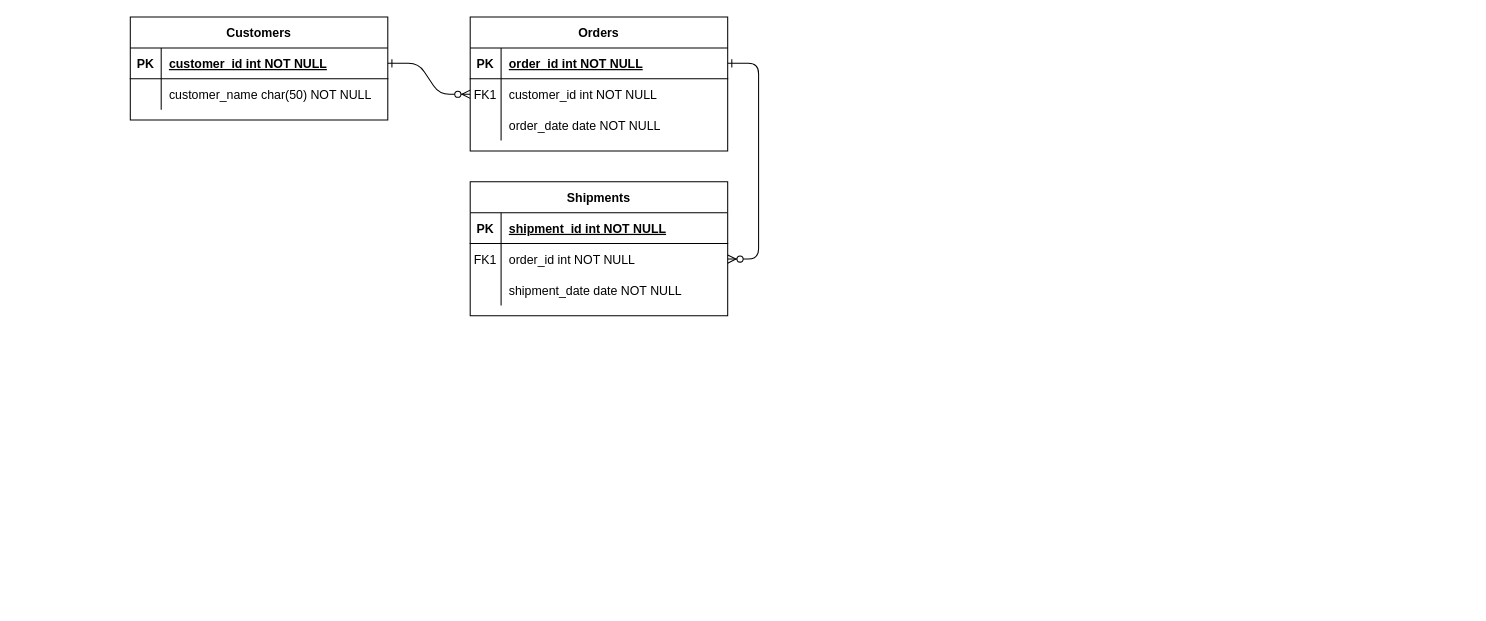
Before: Untitled Diagram.drawio in JohnValdes/dbJV, a draw.io diagram. Source tidied: cells renumbered, new cells numbered last; positions are measured from the earlier drawing's top-left corner, leaving out a move shared by most shapes. Both pictures are drawn from the tidied source at 103%, with x=0, y=0 at pixel (130, 16).
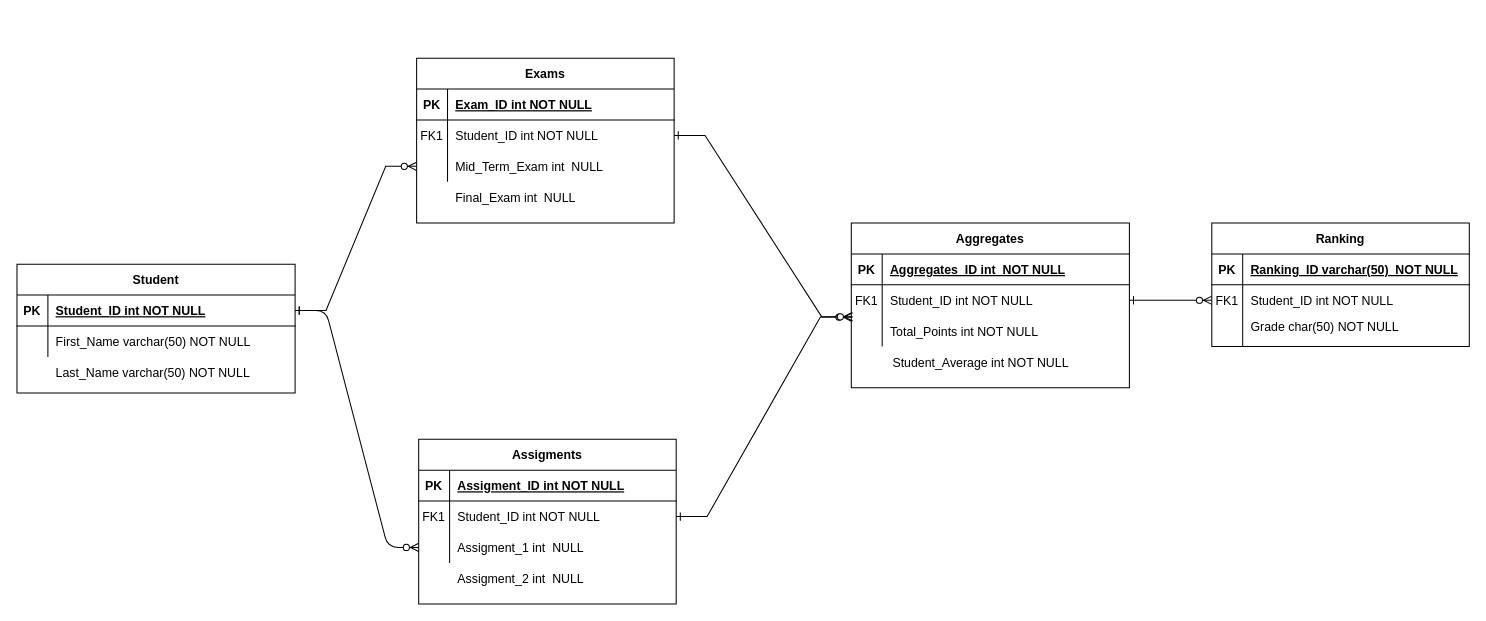
The same page after the edit.

Commit message:
Grade_Record_ModuleV

The change refers to these unchanged cells:
```xml
<mxCell id="5" style="shape=partialRectangle;fillColor=none;points=[[0,0.5],[1,0.5]];portConstraint=eastwest;top=0;left=0;right=0;bottom=1;" parent="4" vertex="1">
  <mxGeometry y="30" width="250" height="30" as="geometry" />
</mxCell>
<mxCell id="8" style="shape=partialRectangle;fillColor=none;points=[[0,0.5],[1,0.5]];portConstraint=eastwest;top=0;left=0;right=0;bottom=0;" parent="4" vertex="1">
  <mxGeometry y="60" width="250" height="30" as="geometry" />
</mxCell>
<mxCell id="11" style="shape=partialRectangle;fillColor=none;points=[[0,0.5],[1,0.5]];portConstraint=eastwest;top=0;left=0;right=0;bottom=0;" parent="4" vertex="1">
  <mxGeometry y="90" width="250" height="30" as="geometry" />
</mxCell>
```

What changed in the source:
```diff
@@
-    <mxCell id="2" style="edgeStyle=entityRelationEdgeStyle;endArrow=ERzeroToMany;startArrow=ERone;endFill=1;startFill=0;" parent="1" edge="1" source="25" target="8">
+    <mxCell id="2" style="edgeStyle=entityRelationEdgeStyle;endArrow=ERzeroToMany;startArrow=ERone;endFill=1;startFill=0;entryX=0;entryY=0.5;entryDx=0;entryDy=0;" parent="1" edge="1" source="25" target="21">
       <mxGeometry relative="1" as="geometry" />
     </mxCell>
-    <mxCell id="3" style="edgeStyle=entityRelationEdgeStyle;endArrow=ERzeroToMany;startArrow=ERone;endFill=1;startFill=0;" parent="1" edge="1" source="5" target="18">
-      <mxGeometry relative="1" as="geometry" />
-    </mxCell>
+    <mxCell id="31" style="edgeStyle=entityRelationEdgeStyle;rounded=0;jettySize=auto;html=1;exitX=1;exitY=0.5;exitDx=0;exitDy=0;entryX=0;entryY=1.045;entryDx=0;entryDy=0;entryPerimeter=0;endArrow=ERzeroToMany;endFill=1;startArrow=ERone;startFill=0;" parent="1" edge="1" source="18" target="38">
+      <mxGeometry relative="1" as="geometry" />
+    </mxCell>
+    <mxCell id="32" style="rounded=0;jettySize=auto;html=1;exitX=1;exitY=0.5;exitDx=0;exitDy=0;entryX=0;entryY=0.5;entryDx=0;entryDy=0;startArrow=ERone;startFill=0;endArrow=ERzeroToMany;endFill=1;edgeStyle=entityRelationEdgeStyle;" parent="1" edge="1" source="25" target="11">
+      <mxGeometry relative="1" as="geometry" />
+    </mxCell>
+    <mxCell id="33" style="group;" parent="1" vertex="1">
+      <mxGeometry x="700" y="200" width="270" height="180" as="geometry" />
+    </mxCell>
+    <mxCell id="34" value="Aggregates" style="shape=table;startSize=30;childLayout=tableLayout;rowLines=0;fontStyle=1;align=center;" parent="33" vertex="1">
+      <mxGeometry width="270" height="160" as="geometry" />
+    </mxCell>
+    <mxCell id="35" style="shape=partialRectangle;fillColor=none;top=0;left=0;right=0;bottom=1;" parent="34" vertex="1">
+      <mxGeometry y="30" width="270" height="30" as="geometry" />
+    </mxCell>
+    <mxCell id="36" value="PK" style="shape=partialRectangle;overflow=hidden;fillColor=none;top=0;left=0;bottom=0;right=0;fontStyle=1;" parent="35" vertex="1">
+      <mxGeometry width="30" height="30" as="geometry" />
+    </mxCell>
+    <mxCell id="37" value="Aggregates_ID int  NOT NULL " style="shape=partialRectangle;overflow=hidden;fillColor=none;top=0;left=0;bottom=0;right=0;align=left;spacingLeft=6;fontStyle=5;" parent="35" vertex="1">
+      <mxGeometry x="30" width="240" height="30" as="geometry" />
+    </mxCell>
+    <mxCell id="38" style="shape=partialRectangle;fillColor=none;points=[[0,0.5],[1,0.5]];portConstraint=eastwest;top=0;left=0;right=0;bottom=0;" parent="34" vertex="1">
+      <mxGeometry y="60" width="270" height="30" as="geometry" />
+    </mxCell>
+    <mxCell id="39" value="FK1" style="shape=partialRectangle;overflow=hidden;fillColor=none;top=0;left=0;bottom=0;right=0;" parent="38" vertex="1">
+      <mxGeometry width="30" height="30" as="geometry" />
+    </mxCell>
+    <mxCell id="40" value="Student_ID int NOT NULL" style="shape=partialRectangle;overflow=hidden;fillColor=none;top=0;left=0;bottom=0;right=0;align=left;spacingLeft=6;" parent="38" vertex="1">
+      <mxGeometry x="30" width="240" height="30" as="geometry" />
+    </mxCell>
+    <mxCell id="41" style="shape=partialRectangle;fillColor=none;points=[[0,0.5],[1,0.5]];portConstraint=eastwest;top=0;left=0;right=0;bottom=0;" parent="34" vertex="1">
+      <mxGeometry y="90" width="270" height="30" as="geometry" />
+    </mxCell>
+    <mxCell id="42" style="shape=partialRectangle;overflow=hidden;fillColor=none;top=0;left=0;bottom=0;right=0;" parent="41" vertex="1">
+      <mxGeometry width="30" height="30" as="geometry" />
+    </mxCell>
+    <mxCell id="43" value="Total_Points int NOT NULL" style="shape=partialRectangle;overflow=hidden;fillColor=none;top=0;left=0;bottom=0;right=0;align=left;spacingLeft=6;" parent="41" vertex="1">
+      <mxGeometry x="30" width="240" height="30" as="geometry" />
+    </mxCell>
+    <mxCell id="44" value="Student_Average int NOT NULL" style="shape=partialRectangle;overflow=hidden;fillColor=none;top=0;left=0;bottom=0;right=0;align=left;spacingLeft=6;" parent="33" vertex="1">
+      <mxGeometry x="32.4" y="120" width="237.6" height="30" as="geometry" />
+    </mxCell>
+    <mxCell id="45" style="group;" parent="1" vertex="1">
+      <mxGeometry x="-110" y="240" width="270" height="125" as="geometry" />
+    </mxCell>
+    <mxCell id="24" value="Student" style="shape=table;startSize=30;childLayout=tableLayout;rowLines=0;fontStyle=1;align=center;" parent="45" vertex="1">
+      <mxGeometry width="270" height="125" as="geometry" />
+    </mxCell>
+    <mxCell id="25" style="shape=partialRectangle;fillColor=none;points=[[0,0.5],[1,0.5]];portConstraint=eastwest;top=0;left=0;right=0;bottom=1;" parent="24" vertex="1">
+      <mxGeometry y="30" width="270" height="30" as="geometry" />
+    </mxCell>
+    <mxCell id="26" value="PK" style="shape=partialRectangle;overflow=hidden;fillColor=none;top=0;left=0;bottom=0;right=0;fontStyle=1;" parent="25" vertex="1">
+      <mxGeometry width="30" height="30" as="geometry" />
+    </mxCell>
+    <mxCell id="27" value="Student_ID int NOT NULL " style="shape=partialRectangle;overflow=hidden;fillColor=none;top=0;left=0;bottom=0;right=0;align=left;spacingLeft=6;fontStyle=5;" parent="25" vertex="1">
+      <mxGeometry x="30" width="240" height="30" as="geometry" />
+    </mxCell>
+    <mxCell id="28" style="shape=partialRectangle;fillColor=none;top=0;left=0;right=0;bottom=0;" parent="24" vertex="1">
+      <mxGeometry y="60" width="270" height="30" as="geometry" />
+    </mxCell>
+    <mxCell id="29" style="shape=partialRectangle;overflow=hidden;fillColor=none;top=0;left=0;bottom=0;right=0;" parent="28" vertex="1">
+      <mxGeometry width="30" height="30" as="geometry" />
+    </mxCell>
+    <mxCell id="30" value="First_Name varchar(50) NOT NULL" style="shape=partialRectangle;overflow=hidden;fillColor=none;top=0;left=0;bottom=0;right=0;align=left;spacingLeft=6;" parent="28" vertex="1">
+      <mxGeometry x="30" width="240" height="30" as="geometry" />
+    </mxCell>
+    <mxCell id="46" style="shape=partialRectangle;overflow=hidden;fillColor=none;top=0;left=0;bottom=0;right=0;align=left;spacingLeft=6;" parent="45" vertex="1">
+      <mxGeometry x="30" y="90" width="220" height="30" as="geometry" />
+    </mxCell>
+    <mxCell id="47" value="Last_Name varchar(50) NOT NULL" style="shape=partialRectangle;overflow=hidden;fillColor=none;top=0;left=0;bottom=0;right=0;align=left;spacingLeft=6;" parent="45" vertex="1">
+      <mxGeometry x="30" y="90" width="240" height="30" as="geometry" />
+    </mxCell>
+    <mxCell id="48" style="group;" parent="1" vertex="1">
+      <mxGeometry x="280" y="410" width="250" height="160" as="geometry" />
+    </mxCell>
+    <mxCell id="14" value="Assigments" style="shape=table;startSize=30;childLayout=tableLayout;rowLines=0;fontStyle=1;align=center;" parent="48" vertex="1">
+      <mxGeometry width="250" height="160" as="geometry" />
+    </mxCell>
+    <mxCell id="15" style="shape=partialRectangle;fillColor=none;top=0;left=0;right=0;bottom=1;" parent="14" vertex="1">
+      <mxGeometry y="30" width="250" height="30" as="geometry" />
+    </mxCell>
+    <mxCell id="16" value="PK" style="shape=partialRectangle;overflow=hidden;fillColor=none;top=0;left=0;bottom=0;right=0;fontStyle=1;" parent="15" vertex="1">
+      <mxGeometry width="30" height="30" as="geometry" />
+    </mxCell>
+    <mxCell id="17" value="Assigment_ID int NOT NULL " style="shape=partialRectangle;overflow=hidden;fillColor=none;top=0;left=0;bottom=0;right=0;align=left;spacingLeft=6;fontStyle=5;" parent="15" vertex="1">
+      <mxGeometry x="30" width="220" height="30" as="geometry" />
+    </mxCell>
+    <mxCell id="18" style="shape=partialRectangle;fillColor=none;points=[[0,0.5],[1,0.5]];portConstraint=eastwest;top=0;left=0;right=0;bottom=0;" parent="14" vertex="1">
+      <mxGeometry y="60" width="250" height="30" as="geometry" />
+    </mxCell>
+    <mxCell id="19" value="FK1" style="shape=partialRectangle;overflow=hidden;fillColor=none;top=0;left=0;bottom=0;right=0;" parent="18" vertex="1">
+      <mxGeometry width="30" height="30" as="geometry" />
+    </mxCell>
+    <mxCell id="20" value="Student_ID int NOT NULL" style="shape=partialRectangle;overflow=hidden;fillColor=none;top=0;left=0;bottom=0;right=0;align=left;spacingLeft=6;" parent="18" vertex="1">
+      <mxGeometry x="30" width="220" height="30" as="geometry" />
+    </mxCell>
+    <mxCell id="21" style="shape=partialRectangle;fillColor=none;points=[[0,0.5],[1,0.5]];portConstraint=eastwest;top=0;left=0;right=0;bottom=0;" parent="14" vertex="1">
+      <mxGeometry y="90" width="250" height="30" as="geometry" />
+    </mxCell>
+    <mxCell id="22" style="shape=partialRectangle;overflow=hidden;fillColor=none;top=0;left=0;bottom=0;right=0;" parent="21" vertex="1">
+      <mxGeometry width="30" height="30" as="geometry" />
+    </mxCell>
+    <mxCell id="23" value="Assigment_1 int  NULL" style="shape=partialRectangle;overflow=hidden;fillColor=none;top=0;left=0;bottom=0;right=0;align=left;spacingLeft=6;" parent="21" vertex="1">
+      <mxGeometry x="30" width="220" height="30" as="geometry" />
+    </mxCell>
+    <mxCell id="49" value="Assigment_2 int  NULL" style="shape=partialRectangle;overflow=hidden;fillColor=none;top=0;left=0;bottom=0;right=0;align=left;spacingLeft=6;" parent="48" vertex="1">
+      <mxGeometry x="30" y="120" width="220" height="30" as="geometry" />
+    </mxCell>
+    <mxCell id="50" style="group;" parent="1" vertex="1">
+      <mxGeometry x="278" y="40" width="250" height="160" as="geometry" />
+    </mxCell>
-    <mxCell id="4" value="Orders" style="shape=table;startSize=30;childLayout=tableLayout;rowLines=0;fontStyle=1;align=center;" parent="1" vertex="1">
-      <mxGeometry x="330" width="250" height="130" as="geometry" />
+    <mxCell id="4" value="Exams" style="shape=table;startSize=30;childLayout=tableLayout;rowLines=0;fontStyle=1;align=center;" parent="50" vertex="1">
+      <mxGeometry width="250" height="160" as="geometry" />
     </mxCell>
@@
-    <mxCell id="7" value="order_id int NOT NULL " style="shape=partialRectangle;overflow=hidden;fillColor=none;top=0;left=0;bottom=0;right=0;align=left;spacingLeft=6;fontStyle=5;" parent="5" vertex="1">
+    <mxCell id="7" value="Exam_ID int NOT NULL " style="shape=partialRectangle;overflow=hidden;fillColor=none;top=0;left=0;bottom=0;right=0;align=left;spacingLeft=6;fontStyle=5;" parent="5" vertex="1">
       <mxGeometry x="30" width="220" height="30" as="geometry" />
     </mxCell>
@@
-    <mxCell id="10" value="customer_id int NOT NULL" style="shape=partialRectangle;overflow=hidden;fillColor=none;top=0;left=0;bottom=0;right=0;align=left;spacingLeft=6;" parent="8" vertex="1">
+    <mxCell id="10" value="Student_ID int NOT NULL" style="shape=partialRectangle;overflow=hidden;fillColor=none;top=0;left=0;bottom=0;right=0;align=left;spacingLeft=6;" parent="8" vertex="1">
       <mxGeometry x="30" width="220" height="30" as="geometry" />
     </mxCell>
@@
-    <mxCell id="13" value="order_date date NOT NULL" style="shape=partialRectangle;overflow=hidden;fillColor=none;top=0;left=0;bottom=0;right=0;align=left;spacingLeft=6;" parent="11" vertex="1">
+    <mxCell id="13" value="Mid_Term_Exam int  NULL" style="shape=partialRectangle;overflow=hidden;fillColor=none;top=0;left=0;bottom=0;right=0;align=left;spacingLeft=6;" parent="11" vertex="1">
       <mxGeometry x="30" width="220" height="30" as="geometry" />
     </mxCell>
-    <mxCell id="14" value="Shipments" style="shape=table;startSize=30;childLayout=tableLayout;rowLines=0;fontStyle=1;align=center;" parent="1" vertex="1">
-      <mxGeometry x="330" y="160" width="250" height="130" as="geometry" />
-    </mxCell>
-    <mxCell id="15" style="shape=partialRectangle;fillColor=none;top=0;left=0;right=0;bottom=1;" parent="14" vertex="1">
-      <mxGeometry y="30" width="250" height="30" as="geometry" />
-    </mxCell>
-    <mxCell id="16" value="PK" style="shape=partialRectangle;overflow=hidden;fillColor=none;top=0;left=0;bottom=0;right=0;fontStyle=1;" parent="15" vertex="1">
-      <mxGeometry width="30" height="30" as="geometry" />
-    </mxCell>
-    <mxCell id="17" value="shipment_id int NOT NULL " style="shape=partialRectangle;overflow=hidden;fillColor=none;top=0;left=0;bottom=0;right=0;align=left;spacingLeft=6;fontStyle=5;" parent="15" vertex="1">
-      <mxGeometry x="30" width="220" height="30" as="geometry" />
-    </mxCell>
-    <mxCell id="18" style="shape=partialRectangle;fillColor=none;points=[[0,0.5],[1,0.5]];portConstraint=eastwest;top=0;left=0;right=0;bottom=0;" parent="14" vertex="1">
-      <mxGeometry y="60" width="250" height="30" as="geometry" />
-    </mxCell>
-    <mxCell id="19" value="FK1" style="shape=partialRectangle;overflow=hidden;fillColor=none;top=0;left=0;bottom=0;right=0;" parent="18" vertex="1">
-      <mxGeometry width="30" height="30" as="geometry" />
-    </mxCell>
-    <mxCell id="20" value="order_id int NOT NULL" style="shape=partialRectangle;overflow=hidden;fillColor=none;top=0;left=0;bottom=0;right=0;align=left;spacingLeft=6;" parent="18" vertex="1">
-      <mxGeometry x="30" width="220" height="30" as="geometry" />
-    </mxCell>
-    <mxCell id="21" style="shape=partialRectangle;fillColor=none;points=[[0,0.5],[1,0.5]];portConstraint=eastwest;top=0;left=0;right=0;bottom=0;" parent="14" vertex="1">
-      <mxGeometry y="90" width="250" height="30" as="geometry" />
-    </mxCell>
-    <mxCell id="22" style="shape=partialRectangle;overflow=hidden;fillColor=none;top=0;left=0;bottom=0;right=0;" parent="21" vertex="1">
-      <mxGeometry width="30" height="30" as="geometry" />
-    </mxCell>
-    <mxCell id="23" value="shipment_date date NOT NULL" style="shape=partialRectangle;overflow=hidden;fillColor=none;top=0;left=0;bottom=0;right=0;align=left;spacingLeft=6;" parent="21" vertex="1">
-      <mxGeometry x="30" width="220" height="30" as="geometry" />
-    </mxCell>
-    <mxCell id="24" value="Customers" style="shape=table;startSize=30;childLayout=tableLayout;rowLines=0;fontStyle=1;align=center;" parent="1" vertex="1">
-      <mxGeometry width="250" height="100" as="geometry" />
-    </mxCell>
-    <mxCell id="25" style="shape=partialRectangle;fillColor=none;points=[[0,0.5],[1,0.5]];portConstraint=eastwest;top=0;left=0;right=0;bottom=1;" parent="24" vertex="1">
-      <mxGeometry y="30" width="250" height="30" as="geometry" />
-    </mxCell>
-    <mxCell id="26" value="PK" style="shape=partialRectangle;overflow=hidden;fillColor=none;top=0;left=0;bottom=0;right=0;fontStyle=1;" parent="25" vertex="1">
-      <mxGeometry width="30" height="30" as="geometry" />
-    </mxCell>
-    <mxCell id="27" value="customer_id int NOT NULL " style="shape=partialRectangle;overflow=hidden;fillColor=none;top=0;left=0;bottom=0;right=0;align=left;spacingLeft=6;fontStyle=5;" parent="25" vertex="1">
-      <mxGeometry x="30" width="220" height="30" as="geometry" />
-    </mxCell>
-    <mxCell id="28" style="shape=partialRectangle;fillColor=none;top=0;left=0;right=0;bottom=0;" parent="24" vertex="1">
-      <mxGeometry y="60" width="250" height="30" as="geometry" />
-    </mxCell>
-    <mxCell id="29" style="shape=partialRectangle;overflow=hidden;fillColor=none;top=0;left=0;bottom=0;right=0;" parent="28" vertex="1">
-      <mxGeometry width="30" height="30" as="geometry" />
-    </mxCell>
-    <mxCell id="30" value="customer_name char(50) NOT NULL" style="shape=partialRectangle;overflow=hidden;fillColor=none;top=0;left=0;bottom=0;right=0;align=left;spacingLeft=6;" parent="28" vertex="1">
-      <mxGeometry x="30" width="220" height="30" as="geometry" />
-    </mxCell>
+    <mxCell id="51" value="Final_Exam int  NULL" style="shape=partialRectangle;overflow=hidden;fillColor=none;top=0;left=0;bottom=0;right=0;align=left;spacingLeft=6;" parent="50" vertex="1">
+      <mxGeometry x="30" y="120" width="220" height="30" as="geometry" />
+    </mxCell>
+    <mxCell id="52" style="edgeStyle=entityRelationEdgeStyle;rounded=0;jettySize=auto;html=1;exitX=1;exitY=0.5;exitDx=0;exitDy=0;entryX=0.005;entryY=0.038;entryDx=0;entryDy=0;entryPerimeter=0;startArrow=ERone;startFill=0;endArrow=ERzeroToMany;endFill=1;" parent="1" edge="1" source="8" target="41">
+      <mxGeometry relative="1" as="geometry" />
+    </mxCell>
+    <mxCell id="53" style="group;" parent="1" vertex="1">
+      <mxGeometry x="1050" y="200" width="250" height="110" as="geometry" />
+    </mxCell>
+    <mxCell id="54" value="Ranking" style="shape=table;startSize=30;childLayout=tableLayout;rowLines=0;fontStyle=1;align=center;" parent="53" vertex="1">
+      <mxGeometry width="250" height="120" as="geometry" />
+    </mxCell>
+    <mxCell id="55" style="shape=partialRectangle;fillColor=none;top=0;left=0;right=0;bottom=1;" parent="54" vertex="1">
+      <mxGeometry y="30" width="250" height="30" as="geometry" />
+    </mxCell>
+    <mxCell id="56" value="PK" style="shape=partialRectangle;overflow=hidden;fillColor=none;top=0;left=0;bottom=0;right=0;fontStyle=1;" parent="55" vertex="1">
+      <mxGeometry width="30" height="30" as="geometry" />
+    </mxCell>
+    <mxCell id="57" value="Ranking_ID varchar(50)  NOT NULL " style="shape=partialRectangle;overflow=hidden;fillColor=none;top=0;left=0;bottom=0;right=0;align=left;spacingLeft=6;fontStyle=5;" parent="55" vertex="1">
+      <mxGeometry x="30" width="220" height="30" as="geometry" />
+    </mxCell>
+    <mxCell id="58" style="shape=partialRectangle;fillColor=none;points=[[0,0.5],[1,0.5]];portConstraint=eastwest;top=0;left=0;right=0;bottom=0;" parent="54" vertex="1">
+      <mxGeometry y="60" width="250" height="30" as="geometry" />
+    </mxCell>
+    <mxCell id="59" value="FK1" style="shape=partialRectangle;overflow=hidden;fillColor=none;top=0;left=0;bottom=0;right=0;" parent="58" vertex="1">
+      <mxGeometry width="30" height="30" as="geometry" />
+    </mxCell>
+    <mxCell id="60" value="Student_ID int NOT NULL" style="shape=partialRectangle;overflow=hidden;fillColor=none;top=0;left=0;bottom=0;right=0;align=left;spacingLeft=6;" parent="58" vertex="1">
+      <mxGeometry x="30" width="220" height="30" as="geometry" />
+    </mxCell>
+    <mxCell id="61" style="shape=partialRectangle;fillColor=none;top=0;left=0;right=0;bottom=0;" parent="54" vertex="1">
+      <mxGeometry y="90" width="250" height="30" as="geometry" />
+    </mxCell>
+    <mxCell id="62" style="shape=partialRectangle;overflow=hidden;fillColor=none;top=0;left=0;bottom=0;right=0;" parent="61" vertex="1">
+      <mxGeometry width="30" height="30" as="geometry" />
+    </mxCell>
+    <mxCell id="63" style="shape=partialRectangle;overflow=hidden;fillColor=none;top=0;left=0;bottom=0;right=0;align=left;spacingLeft=6;" parent="61" vertex="1">
+      <mxGeometry x="30" width="220" height="30" as="geometry" />
+    </mxCell>
+    <mxCell id="64" value="Grade char(50) NOT NULL" style="shape=partialRectangle;overflow=hidden;fillColor=none;top=0;left=0;bottom=0;right=0;align=left;spacingLeft=6;" parent="53" vertex="1">
+      <mxGeometry x="30" y="91.7" width="220" height="18.3" as="geometry" />
+    </mxCell>
+    <mxCell id="65" style="edgeStyle=entityRelationEdgeStyle;rounded=0;jettySize=auto;html=1;exitX=1;exitY=0.5;exitDx=0;exitDy=0;entryX=0;entryY=0.5;entryDx=0;entryDy=0;startArrow=ERone;startFill=0;endArrow=ERzeroToMany;endFill=1;" parent="1" edge="1" source="38" target="58">
+      <mxGeometry relative="1" as="geometry" />
+    </mxCell>
```
